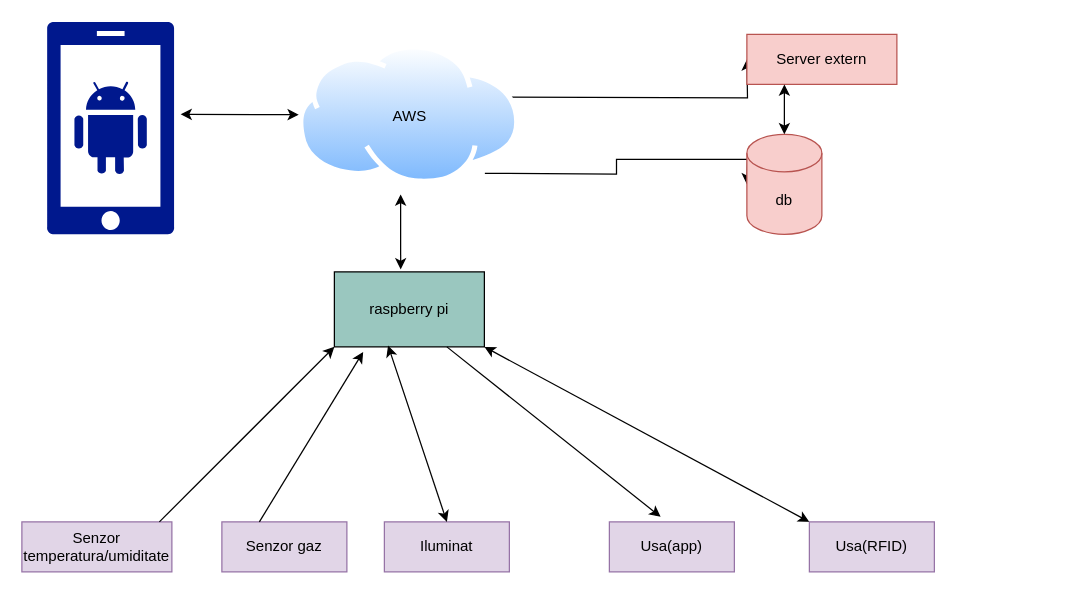
Before: schematics/bigpicturev1.drawio in luigibolovan/home-automation, a draw.io diagram. Source tidied: cells renumbered, new cells numbered last; positions are measured from the earlier drawing's top-left corner, leaving out a move shared by most shapes. Both pictures are drawn from the tidied source at 125%, with x=0, y=0 at pixel (21, 21).
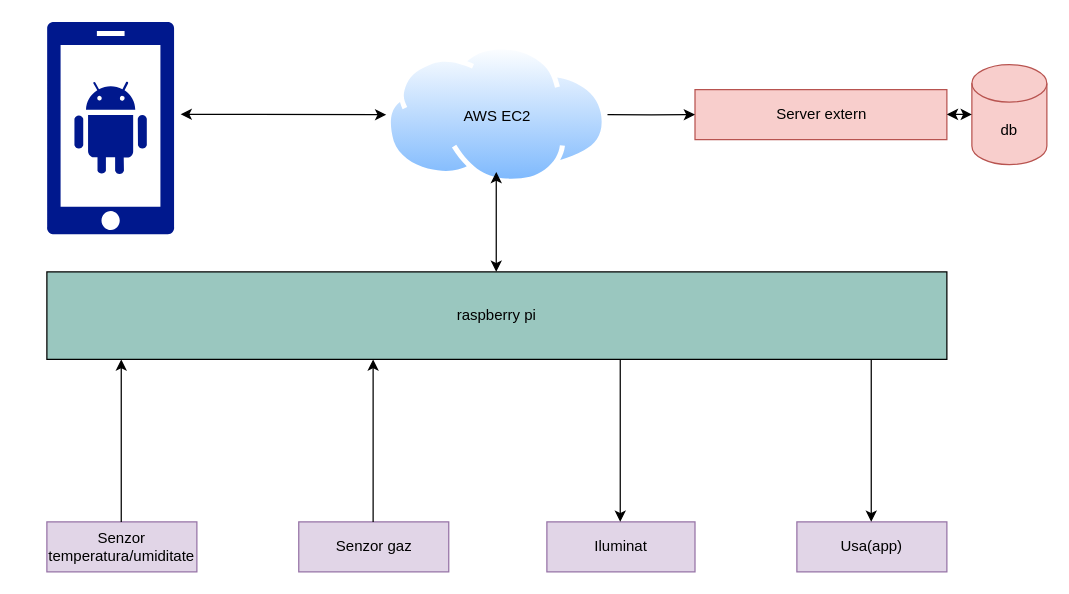
The same page after the edit.

Diff of the diagram source:
```diff
@@
     <mxCell id="2" value="Senzor temperatura/umiditate&lt;br&gt;" style="rounded=0;whiteSpace=wrap;html=1;fillColor=#e1d5e7;strokeColor=#9673a6;" parent="1" vertex="1">
-      <mxGeometry y="400" width="120" height="40" as="geometry" />
+      <mxGeometry x="20" y="400" width="120" height="40" as="geometry" />
     </mxCell>
     <mxCell id="3" value="Iluminat" style="rounded=0;whiteSpace=wrap;html=1;fillColor=#e1d5e7;strokeColor=#9673a6;" parent="1" vertex="1">
-      <mxGeometry x="290" y="400" width="100" height="40" as="geometry" />
+      <mxGeometry x="420" y="400" width="118.5" height="40" as="geometry" />
     </mxCell>
     <mxCell id="4" value="Usa(app)" style="rounded=0;whiteSpace=wrap;html=1;fillColor=#e1d5e7;strokeColor=#9673a6;" parent="1" vertex="1">
-      <mxGeometry x="470" y="400" width="100" height="40" as="geometry" />
+      <mxGeometry x="620" y="400" width="120" height="40" as="geometry" />
     </mxCell>
-    <mxCell id="5" value="Usa(RFID)" style="rounded=0;whiteSpace=wrap;html=1;fillColor=#e1d5e7;strokeColor=#9673a6;" parent="1" vertex="1">
-      <mxGeometry x="630" y="400" width="100" height="40" as="geometry" />
-    </mxCell>
     <mxCell id="6" value="raspberry pi" style="rounded=0;whiteSpace=wrap;html=1;labelBackgroundColor=#9AC7BF;fillColor=#9AC7BF;" parent="1" vertex="1">
-      <mxGeometry x="250" y="200" width="120" height="60" as="geometry" />
+      <mxGeometry x="20" y="200" width="720" height="70" as="geometry" />
     </mxCell>
-    <mxCell id="7" style="endArrow=classic;startArrow=classic;html=1;entryX=0.358;entryY=0.983;entryDx=0;entryDy=0;entryPerimeter=0;exitX=0.5;exitY=0;exitDx=0;exitDy=0;" parent="1" edge="1" source="3" target="6">
-      <mxGeometry relative="1" as="geometry" />
-    </mxCell>
-    <mxCell id="8" style="endArrow=classic;startArrow=classic;html=1;entryX=1;entryY=1;entryDx=0;entryDy=0;exitX=0;exitY=0;exitDx=0;exitDy=0;" parent="1" edge="1" source="5" target="6">
-      <mxGeometry relative="1" as="geometry" />
-    </mxCell>
-    <mxCell id="9" style="edgeStyle=orthogonalEdgeStyle;rounded=0;orthogonalLoop=1;jettySize=auto;html=1;exitX=1;exitY=0.25;exitDx=0;exitDy=0;" parent="1" edge="1">
-      <mxGeometry relative="1" as="geometry">
-        <mxPoint x="386.5" y="60.2" as="sourcePoint" />
-        <mxPoint x="580" y="30" as="targetPoint" />
-      </mxGeometry>
-    </mxCell>
-    <mxCell id="10" style="edgeStyle=orthogonalEdgeStyle;rounded=0;orthogonalLoop=1;jettySize=auto;html=1;exitX=1;exitY=1;exitDx=0;exitDy=0;" parent="1" edge="1">
-      <mxGeometry relative="1" as="geometry">
-        <mxPoint x="370.4" y="121.2" as="sourcePoint" />
-        <mxPoint x="580" y="130" as="targetPoint" />
-      </mxGeometry>
-    </mxCell>
-    <mxCell id="11" style="endArrow=classic;startArrow=classic;html=1;exitX=0.442;exitY=-0.033;exitDx=0;exitDy=0;exitPerimeter=0;" parent="1" edge="1" source="6">
-      <mxGeometry relative="1" as="geometry">
-        <mxPoint x="303" y="138" as="targetPoint" />
-      </mxGeometry>
-    </mxCell>
     <mxCell id="12" value="db" style="shape=cylinder3;whiteSpace=wrap;html=1;boundedLbl=1;backgroundOutline=1;size=15;fillColor=#f8cecc;strokeColor=#b85450;" parent="1" vertex="1">
-      <mxGeometry x="580" y="90" width="60" height="80" as="geometry" />
+      <mxGeometry x="760" y="34.2" width="60" height="80" as="geometry" />
     </mxCell>
     <mxCell id="13" value="Server extern" style="rounded=0;whiteSpace=wrap;html=1;fillColor=#f8cecc;strokeColor=#b85450;" parent="1" vertex="1">
-      <mxGeometry x="580" y="10" width="120" height="40" as="geometry" />
+      <mxGeometry x="538.5" y="54.2" width="201.5" height="40" as="geometry" />
     </mxCell>
+    <mxCell id="22" style="edgeStyle=orthogonalEdgeStyle;rounded=0;jettySize=auto;html=1;exitX=1;exitY=0.5;exitDx=0;exitDy=0;entryX=0;entryY=0.5;entryDx=0;entryDy=0;" parent="1" edge="1" source="14" target="13">
+      <mxGeometry relative="1" as="geometry" />
+    </mxCell>
-    <mxCell id="14" value="AWS" style="perimeter=ellipsePerimeter;html=1;align=center;shadow=0;dashed=0;spacingTop=3;image;image=img/lib/active_directory/internet_cloud.svg;labelPosition=center;verticalLabelPosition=middle;verticalAlign=middle;labelBackgroundColor=none;" parent="1" vertex="1">
-      <mxGeometry x="221.5" y="18.5" width="177" height="111.5" as="geometry" />
+    <mxCell id="14" value="AWS EC2" style="perimeter=ellipsePerimeter;html=1;align=center;shadow=0;dashed=0;spacingTop=3;image;image=img/lib/active_directory/internet_cloud.svg;labelPosition=center;verticalLabelPosition=middle;verticalAlign=middle;labelBackgroundColor=none;" parent="1" vertex="1">
+      <mxGeometry x="291.5" y="18.5" width="177" height="111.5" as="geometry" />
     </mxCell>
-    <mxCell id="15" style="endArrow=classic;startArrow=classic;html=1;entryX=0.25;entryY=1;entryDx=0;entryDy=0;" parent="1" edge="1" target="13">
-      <mxGeometry relative="1" as="geometry">
-        <mxPoint x="610" y="90" as="sourcePoint" />
-      </mxGeometry>
-    </mxCell>
@@
-    <mxCell id="18" style="endArrow=classic;html=1;exitX=0.75;exitY=1;exitDx=0;exitDy=0;entryX=0.41;entryY=-0.1;entryDx=0;entryDy=0;entryPerimeter=0;" parent="1" edge="1" source="6" target="4">
-      <mxGeometry relative="1" as="geometry" />
-    </mxCell>
     <mxCell id="19" value="Senzor gaz" style="rounded=0;whiteSpace=wrap;html=1;fillColor=#e1d5e7;strokeColor=#9673a6;" parent="1" vertex="1">
-      <mxGeometry x="160" y="400" width="100" height="40" as="geometry" />
+      <mxGeometry x="221.5" y="400" width="120" height="40" as="geometry" />
     </mxCell>
-    <mxCell id="20" style="endArrow=classic;html=1;entryX=0;entryY=1;entryDx=0;entryDy=0;" parent="1" edge="1" target="6">
-      <mxGeometry relative="1" as="geometry">
-        <mxPoint x="110" y="400" as="sourcePoint" />
-      </mxGeometry>
-    </mxCell>
-    <mxCell id="21" style="endArrow=classic;html=1;entryX=0.192;entryY=1.067;entryDx=0;entryDy=0;entryPerimeter=0;" parent="1" edge="1" target="6">
-      <mxGeometry relative="1" as="geometry">
-        <mxPoint x="190" y="400" as="sourcePoint" />
-      </mxGeometry>
-    </mxCell>
+    <mxCell id="23" style="endArrow=classic;startArrow=classic;html=1;" parent="1" edge="1">
+      <mxGeometry relative="1" as="geometry">
+        <mxPoint x="740" y="74" as="sourcePoint" />
+        <mxPoint x="760" y="74" as="targetPoint" />
+      </mxGeometry>
+    </mxCell>
+    <mxCell id="24" style="endArrow=classic;html=1;" parent="1" edge="1">
+      <mxGeometry relative="1" as="geometry">
+        <mxPoint x="79.5" y="400" as="sourcePoint" />
+        <mxPoint x="79.5" y="270" as="targetPoint" />
+        <Array as="points">
+          <mxPoint x="79.5" y="330" />
+        </Array>
+      </mxGeometry>
+    </mxCell>
+    <mxCell id="25" style="endArrow=classic;html=1;" parent="1" edge="1">
+      <mxGeometry relative="1" as="geometry">
+        <mxPoint x="281" y="400" as="sourcePoint" />
+        <mxPoint x="281" y="270" as="targetPoint" />
+        <Array as="points">
+          <mxPoint x="281" y="330" />
+        </Array>
+      </mxGeometry>
+    </mxCell>
+    <mxCell id="26" style="endArrow=classic;html=1;" parent="1" edge="1">
+      <mxGeometry relative="1" as="geometry">
+        <mxPoint x="478.7" y="270" as="sourcePoint" />
+        <mxPoint x="478.7" y="400" as="targetPoint" />
+        <Array as="points">
+          <mxPoint x="478.7" y="330" />
+        </Array>
+      </mxGeometry>
+    </mxCell>
+    <mxCell id="27" style="endArrow=classic;html=1;" parent="1" edge="1">
+      <mxGeometry relative="1" as="geometry">
+        <mxPoint x="679.5" y="270" as="sourcePoint" />
+        <mxPoint x="679.5" y="400" as="targetPoint" />
+        <Array as="points">
+          <mxPoint x="679.5" y="330" />
+        </Array>
+      </mxGeometry>
+    </mxCell>
+    <mxCell id="28" style="endArrow=classic;startArrow=classic;html=1;" parent="1" edge="1">
+      <mxGeometry relative="1" as="geometry">
+        <mxPoint x="379.5" y="200" as="sourcePoint" />
+        <mxPoint x="379.5" y="120" as="targetPoint" />
+      </mxGeometry>
+    </mxCell>
```
